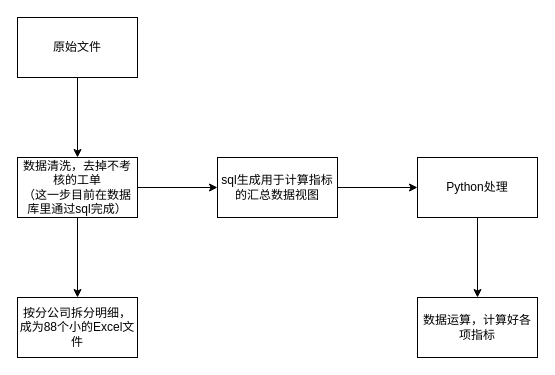
The draw.io diagram mind_forData.dio in luofly99/Excel-to-Python, before the edit. Source tidied: cells renumbered, new cells numbered last; positions are measured from the earlier drawing's top-left corner, leaving out a move shared by most shapes. Both pictures are drawn from the tidied source at 100%, with x=0, y=0 at pixel (17, 17).
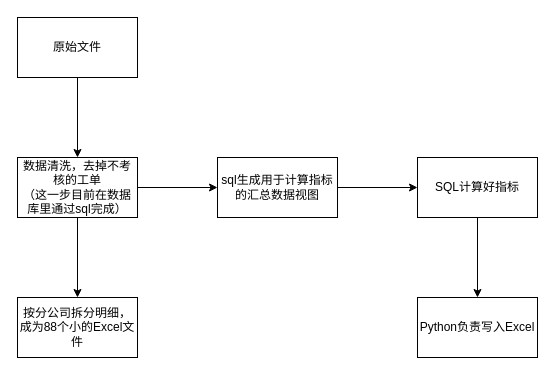
The same diagram, later.

Change to the diagram source:
```diff
@@
 <mxGraphModel background="#ffffff">
   <root>
     <mxCell id="0" />
     <mxCell id="1" parent="0" />
     <mxCell id="2" style="edgeStyle=orthogonalEdgeStyle;rounded=0;html=1;jettySize=auto;" parent="1" edge="1" source="3" target="6">
       <mxGeometry relative="1" as="geometry" />
     </mxCell>
     <mxCell id="3" value="原始文件" style="rounded=0;whiteSpace=wrap;html=1;" parent="1" vertex="1">
       <mxGeometry width="120" height="60" as="geometry" />
     </mxCell>
     <mxCell id="4" style="edgeStyle=orthogonalEdgeStyle;rounded=0;html=1;jettySize=auto;" parent="1" edge="1" source="6" target="12">
       <mxGeometry relative="1" as="geometry" />
     </mxCell>
     <mxCell id="5" style="edgeStyle=orthogonalEdgeStyle;rounded=0;html=1;jettySize=auto;" parent="1" edge="1" source="6" target="8">
       <mxGeometry relative="1" as="geometry" />
     </mxCell>
     <mxCell id="6" value="数据清洗，去掉不考核的工单&lt;div&gt;（这一步目前在数据库里通过sql完成）&lt;/div&gt;" style="rounded=0;whiteSpace=wrap;html=1;" parent="1" vertex="1">
       <mxGeometry y="140" width="120" height="60" as="geometry" />
     </mxCell>
     <mxCell id="7" style="edgeStyle=orthogonalEdgeStyle;rounded=0;html=1;jettySize=auto;" parent="1" edge="1" source="8" target="10">
       <mxGeometry relative="1" as="geometry" />
     </mxCell>
     <mxCell id="8" value="sql生成用于计算指标的汇总数据视图" style="rounded=0;whiteSpace=wrap;html=1;" parent="1" vertex="1">
       <mxGeometry x="200" y="140" width="120" height="60" as="geometry" />
     </mxCell>
     <mxCell id="9" style="edgeStyle=orthogonalEdgeStyle;rounded=0;html=1;jettySize=auto;" parent="1" edge="1" source="10" target="11">
       <mxGeometry relative="1" as="geometry" />
     </mxCell>
-    <mxCell id="10" value="Python处理" style="rounded=0;whiteSpace=wrap;html=1;" parent="1" vertex="1">
+    <mxCell id="10" value="SQL计算好指标" style="rounded=0;whiteSpace=wrap;html=1;" parent="1" vertex="1">
       <mxGeometry x="400" y="140" width="120" height="60" as="geometry" />
     </mxCell>
-    <mxCell id="11" value="数据运算，计算好各项指标" style="rounded=0;whiteSpace=wrap;html=1;" parent="1" vertex="1">
+    <mxCell id="11" value="Python负责写入Excel" style="rounded=0;whiteSpace=wrap;html=1;" parent="1" vertex="1">
       <mxGeometry x="400" y="280" width="120" height="60" as="geometry" />
     </mxCell>
     <mxCell id="12" value="按分公司拆分明细，成为88个小的Excel文件" style="rounded=0;whiteSpace=wrap;html=1;" parent="1" vertex="1">
       <mxGeometry y="280" width="120" height="60" as="geometry" />
     </mxCell>
   </root>
 </mxGraphModel>
```
